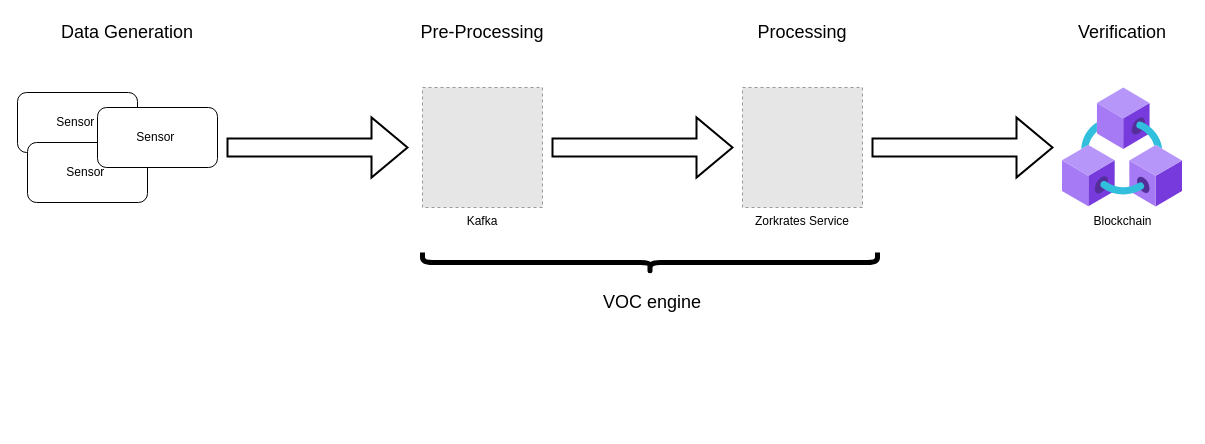
The draw.io diagram diagrams/stages_diagram.drawio in alvaro-alonso/blockchain-preprocessor, before the edit. Source tidied: cells renumbered, new cells numbered last; positions are measured from the earlier drawing's top-left corner, leaving out a move shared by most shapes. Both pictures are drawn from the tidied source at 100%, with x=0, y=0 at pixel (17, 17). Pictures stored in the file or linked from it are replaced by grey dashed boxes.
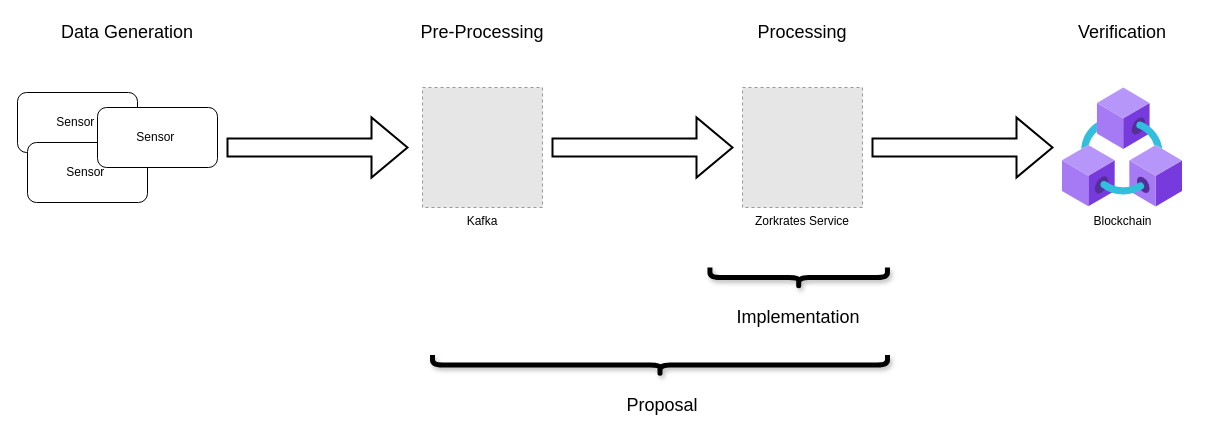
Above is the later version.

Commit message (it also covers changes not shown here):
#33 exposé diagrams

The edit, as a diff of the source:
```diff
@@
-    <mxCell id="10" style="shape=curlyBracket;whiteSpace=wrap;html=1;rounded=1;flipH=1;labelBackgroundColor=none;fontSize=18;size=0.5;rotation=90;strokeWidth=5;" parent="1" vertex="1">
-      <mxGeometry x="622.5" y="17.5" width="20" height="455" as="geometry" />
-    </mxCell>
-    <mxCell id="11" value="VOC engine" style="text;html=1;strokeColor=none;fillColor=none;align=center;verticalAlign=middle;whiteSpace=wrap;rounded=0;labelBackgroundColor=none;fontSize=18;" parent="1" vertex="1">
-      <mxGeometry x="580" y="270" width="110" height="30" as="geometry" />
-    </mxCell>
@@
+    <mxCell id="18" style="group;" parent="1" vertex="1">
+      <mxGeometry x="415" y="250" width="455" height="98.8" as="geometry" />
+    </mxCell>
+    <mxCell id="10" style="shape=curlyBracket;whiteSpace=wrap;html=1;rounded=1;flipH=1;labelBackgroundColor=none;fontSize=18;size=0.5;rotation=90;strokeWidth=5;shadow=1;" parent="18" vertex="1">
+      <mxGeometry x="356.2" y="-78.8" width="20" height="177.5" as="geometry" />
+    </mxCell>
+    <mxCell id="11" value="Implementation" style="text;html=1;strokeColor=none;fillColor=none;align=center;verticalAlign=middle;whiteSpace=wrap;rounded=0;labelBackgroundColor=none;fontSize=18;shadow=1;" parent="18" vertex="1">
+      <mxGeometry x="311.2" y="35" width="110" height="30" as="geometry" />
+    </mxCell>
+    <mxCell id="19" style="group;" parent="1" vertex="1">
+      <mxGeometry x="415" y="337.5" width="455" height="65" as="geometry" />
+    </mxCell>
+    <mxCell id="20" style="shape=curlyBracket;whiteSpace=wrap;html=1;rounded=1;flipH=1;labelBackgroundColor=none;fontSize=18;size=0.5;rotation=90;strokeWidth=5;shadow=1;" parent="19" vertex="1">
+      <mxGeometry x="217.5" y="-217.5" width="20" height="455" as="geometry" />
+    </mxCell>
+    <mxCell id="21" value="Proposal" style="text;html=1;strokeColor=none;fillColor=none;align=center;verticalAlign=middle;whiteSpace=wrap;rounded=0;labelBackgroundColor=none;fontSize=18;shadow=1;" parent="19" vertex="1">
+      <mxGeometry x="175" y="35" width="110" height="30" as="geometry" />
+    </mxCell>
```
